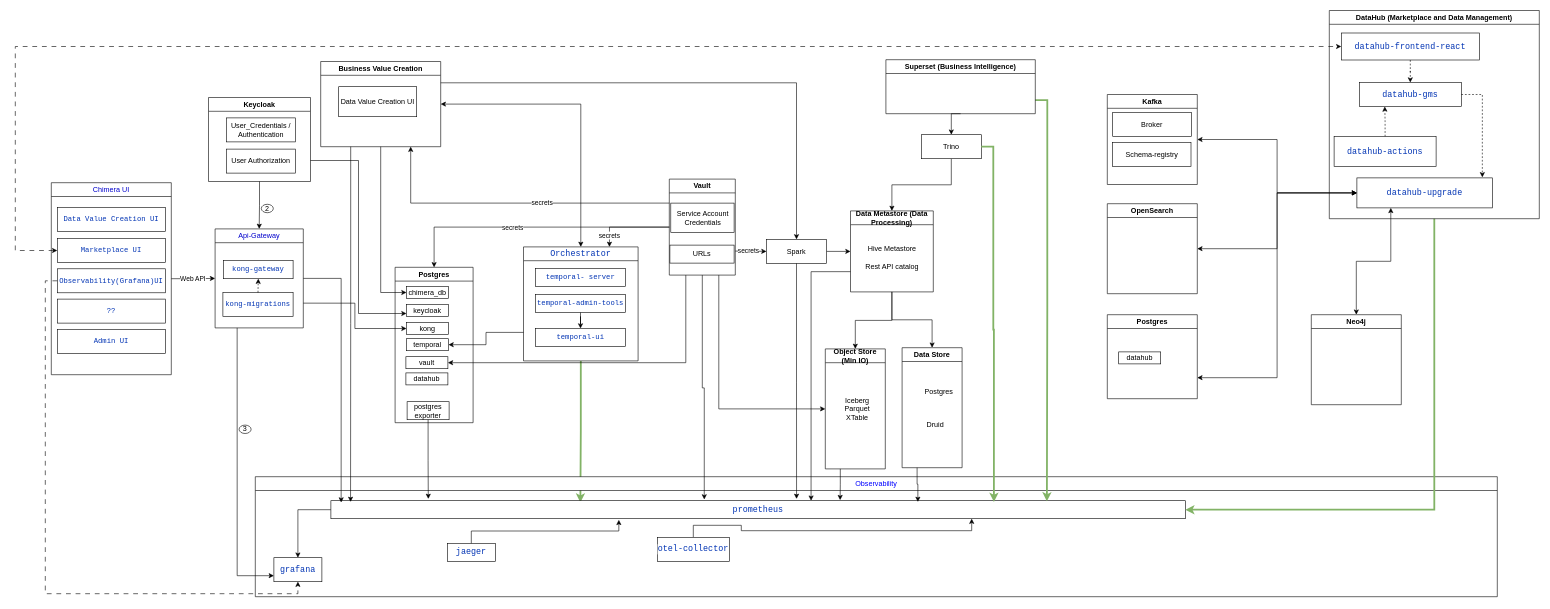
Panthers-Labs-Pvt-Ltd/progressive.mind.framework keeps this draw.io diagram as Application_Setup/Services_flow_diagram.drawio. Above is the earlier version. Source tidied: cells renumbered, new cells numbered last; positions are measured from the earlier drawing's top-left corner, leaving out a move shared by most shapes. Both pictures are drawn from the tidied source at 60%, with x=0, y=0 at pixel (15, 10).
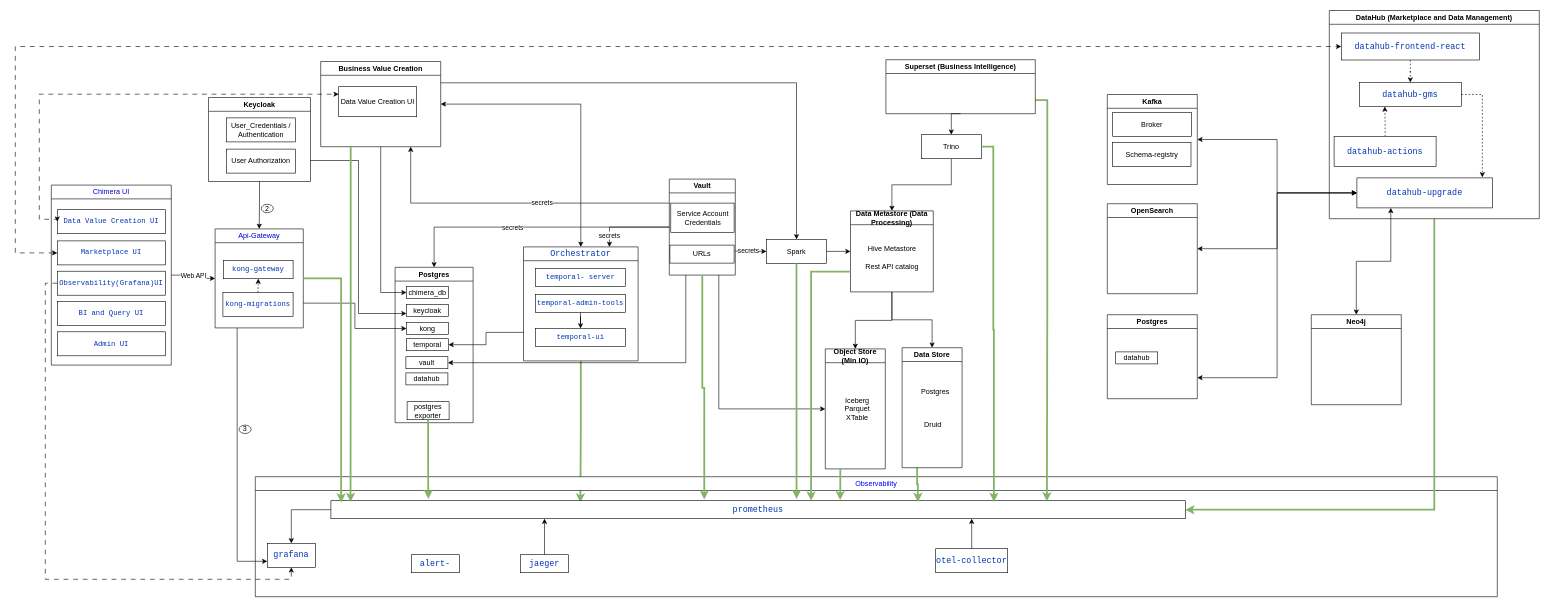
The same page after the edit.

Unchanged cells that the change refers to:
```xml
<mxCell id="11" value="&lt;span style=&quot;color: light-dark(rgb(0, 0, 204), rgb(237, 237, 237)); font-weight: normal;&quot;&gt;Api-Gateway&lt;/span&gt;" style="swimlane;whiteSpace=wrap;html=1;" parent="1" vertex="1">
  <mxGeometry x="333" y="364" width="147" height="165" as="geometry" />
</mxCell>
<mxCell id="15" value="&lt;span style=&quot;font-weight: normal; color: rgb(0, 0, 255);&quot;&gt;Observability&lt;/span&gt;" style="swimlane;whiteSpace=wrap;html=1;" parent="1" vertex="1">
  <mxGeometry x="400" y="777" width="2070" height="200" as="geometry" />
</mxCell>
<mxCell id="17" value="&lt;div style=&quot;text-align: start; background-color: rgb(255, 255, 255); color: rgb(8, 8, 8);&quot;&gt;&lt;pre style=&quot;font-family: &amp;quot;JetBrains Mono&amp;quot;, monospace; font-size: 10.5pt;&quot;&gt;&lt;span style=&quot;color: rgb(0, 51, 179);&quot;&gt;prometheus&lt;/span&gt;&lt;/pre&gt;&lt;/div&gt;" style="rounded=0;whiteSpace=wrap;html=1;" parent="15" vertex="1">
  <mxGeometry x="126" y="40" width="1424" height="30" as="geometry" />
</mxCell>
<mxCell id="33" value="Vault" style="swimlane;whiteSpace=wrap;html=1;" parent="1" vertex="1">
  <mxGeometry x="1090" y="281" width="110" height="160" as="geometry" />
</mxCell>
<mxCell id="47" value="Object Store (Min IO)" style="swimlane;whiteSpace=wrap;html=1;" parent="1" vertex="1">
  <mxGeometry x="1350" y="564" width="100" height="200" as="geometry" />
</mxCell>
<mxCell id="51" value="Data Metastore (Data Processing)" style="swimlane;whiteSpace=wrap;html=1;" parent="1" vertex="1">
  <mxGeometry x="1392" y="334" width="138" height="135" as="geometry" />
</mxCell>
<mxCell id="53" value="Data Store" style="swimlane;whiteSpace=wrap;html=1;" parent="1" vertex="1">
  <mxGeometry x="1478" y="562" width="100" height="200" as="geometry" />
</mxCell>
<mxCell id="62" value="&lt;div style=&quot;text-align: start; background-color: rgb(255, 255, 255); color: rgb(8, 8, 8);&quot;&gt;&lt;pre style=&quot;font-family: &amp;quot;JetBrains Mono&amp;quot;, monospace;&quot;&gt;&lt;span style=&quot;color: rgb(0, 51, 179);&quot;&gt;&lt;font style=&quot;font-size: 12px;&quot;&gt;Data Value Creation UI&lt;/font&gt;&lt;/span&gt;&lt;/pre&gt;&lt;/div&gt;" style="rounded=0;whiteSpace=wrap;html=1;" parent="61" vertex="1">
  <mxGeometry x="10" y="41" width="180" height="40" as="geometry" />
</mxCell>
<mxCell id="78" value="Spark" style="rounded=0;whiteSpace=wrap;html=1;" parent="1" vertex="1">
  <mxGeometry x="1252" y="381.5" width="100" height="40" as="geometry" />
</mxCell>
<mxCell id="84" value="postgres exporter" style="rounded=0;whiteSpace=wrap;html=1;" parent="79" vertex="1">
  <mxGeometry x="20" y="224" width="70" height="30" as="geometry" />
</mxCell>
<mxCell id="88" value="Business Value Creation" style="swimlane;whiteSpace=wrap;html=1;" parent="1" vertex="1">
  <mxGeometry x="509" y="85" width="200" height="142" as="geometry" />
</mxCell>
<mxCell id="89" value="Data Value Creation UI" style="whiteSpace=wrap;html=1;" parent="88" vertex="1">
  <mxGeometry x="30" y="42" width="130" height="50" as="geometry" />
</mxCell>
<mxCell id="107" value="Postgres" style="swimlane;whiteSpace=wrap;html=1;" parent="1" vertex="1">
  <mxGeometry x="1820" y="507" width="150" height="140" as="geometry" />
</mxCell>
```

The edit, as a diff of the source:
```diff
@@
     <mxCell id="18" value="&lt;div style=&quot;text-align: start; background-color: rgb(255, 255, 255); color: rgb(8, 8, 8);&quot;&gt;&lt;pre style=&quot;font-family: &amp;quot;JetBrains Mono&amp;quot;, monospace; font-size: 10.5pt;&quot;&gt;&lt;span style=&quot;color: rgb(0, 51, 179);&quot;&gt;jaeger&lt;/span&gt;&lt;/pre&gt;&lt;/div&gt;" style="rounded=0;whiteSpace=wrap;html=1;" parent="15" vertex="1">
-      <mxGeometry x="320" y="111" width="80" height="30" as="geometry" />
+      <mxGeometry x="442" y="130" width="80" height="30" as="geometry" />
     </mxCell>
     <mxCell id="19" value="&lt;div style=&quot;text-align: start; background-color: rgb(255, 255, 255); color: rgb(8, 8, 8);&quot;&gt;&lt;pre style=&quot;font-family: &amp;quot;JetBrains Mono&amp;quot;, monospace; font-size: 10.5pt;&quot;&gt;&lt;span style=&quot;color: rgb(0, 51, 179);&quot;&gt;grafana&lt;/span&gt;&lt;/pre&gt;&lt;/div&gt;" style="rounded=0;whiteSpace=wrap;html=1;" parent="15" vertex="1">
-      <mxGeometry x="31" y="135" width="80" height="40" as="geometry" />
+      <mxGeometry x="20" y="111" width="80" height="40" as="geometry" />
     </mxCell>
@@
     <mxCell id="21" value="&lt;div style=&quot;text-align: start; background-color: rgb(255, 255, 255); color: rgb(8, 8, 8);&quot;&gt;&lt;pre style=&quot;font-family: &amp;quot;JetBrains Mono&amp;quot;, monospace; font-size: 10.5pt;&quot;&gt;&lt;span style=&quot;color: rgb(0, 51, 179);&quot;&gt;otel-collector&lt;/span&gt;&lt;/pre&gt;&lt;/div&gt;" style="rounded=0;whiteSpace=wrap;html=1;" parent="15" vertex="1">
-      <mxGeometry x="670" y="101" width="120" height="40" as="geometry" />
+      <mxGeometry x="1134" y="120" width="120" height="40" as="geometry" />
     </mxCell>
-    <mxCell id="22" style="edgeStyle=orthogonalEdgeStyle;rounded=0;jettySize=auto;html=1;exitX=0.5;exitY=0;exitDx=0;exitDy=0;entryX=0.337;entryY=1.063;entryDx=0;entryDy=0;entryPerimeter=0;" parent="15" edge="1" source="18" target="17">
+    <mxCell id="22" style="edgeStyle=orthogonalEdgeStyle;rounded=0;jettySize=auto;html=1;exitX=0.5;exitY=0;exitDx=0;exitDy=0;entryX=0.25;entryY=1;entryDx=0;entryDy=0;" parent="15" edge="1" source="18" target="17">
       <mxGeometry relative="1" as="geometry" />
     </mxCell>
+    <mxCell id="111" value="&lt;div style=&quot;text-align: start; background-color: rgb(255, 255, 255); color: rgb(8, 8, 8);&quot;&gt;&lt;pre style=&quot;font-family: &amp;quot;JetBrains Mono&amp;quot;, monospace; font-size: 10.5pt;&quot;&gt;&lt;span style=&quot;color: rgb(0, 51, 179);&quot;&gt;alert-&lt;/span&gt;&lt;/pre&gt;&lt;/div&gt;" style="rounded=0;whiteSpace=wrap;html=1;" parent="15" vertex="1">
+      <mxGeometry x="260" y="130" width="80" height="30" as="geometry" />
+    </mxCell>
@@
-    <mxCell id="52" style="edgeStyle=orthogonalEdgeStyle;rounded=0;jettySize=auto;html=1;exitX=0.25;exitY=1;exitDx=0;exitDy=0;entryX=0.687;entryY=0.067;entryDx=0;entryDy=0;entryPerimeter=0;" parent="1" edge="1" source="53" target="17">
+    <mxCell id="52" style="edgeStyle=orthogonalEdgeStyle;rounded=0;jettySize=auto;html=1;exitX=0.25;exitY=1;exitDx=0;exitDy=0;entryX=0.687;entryY=0.067;entryDx=0;entryDy=0;entryPerimeter=0;fillColor=#d5e8d4;strokeColor=#82b366;strokeWidth=3;" parent="1" edge="1" source="53" target="17">
       <mxGeometry relative="1" as="geometry" />
     </mxCell>
@@
     <mxCell id="54" value="Druid" style="text;html=1;align=center;verticalAlign=middle;strokeColor=none;fillColor=none;" parent="53" vertex="1">
-      <mxGeometry x="25" y="114" width="60" height="30" as="geometry" />
+      <mxGeometry x="21" y="114" width="60" height="30" as="geometry" />
     </mxCell>
@@
     <mxCell id="61" value="&lt;span style=&quot;color: light-dark(rgb(0, 0, 204), rgb(237, 237, 237)); font-weight: normal;&quot;&gt;Chimera UI&lt;/span&gt;" style="swimlane;whiteSpace=wrap;html=1;" parent="1" vertex="1">
-      <mxGeometry x="60" y="287" width="200" height="320" as="geometry" />
+      <mxGeometry x="60" y="291" width="200" height="300" as="geometry" />
     </mxCell>
@@
-    <mxCell id="65" value="&lt;div style=&quot;text-align: start; background-color: rgb(255, 255, 255);&quot;&gt;&lt;pre style=&quot;font-family: &amp;quot;JetBrains Mono&amp;quot;, monospace;&quot;&gt;&lt;font style=&quot;font-size: 12px;&quot; color=&quot;#0033b3&quot;&gt;??&lt;/font&gt;&lt;/pre&gt;&lt;/div&gt;" style="rounded=0;whiteSpace=wrap;html=1;" parent="61" vertex="1">
+    <mxCell id="65" value="&lt;div style=&quot;text-align: start; background-color: rgb(255, 255, 255);&quot;&gt;&lt;pre style=&quot;font-family: &amp;quot;JetBrains Mono&amp;quot;, monospace;&quot;&gt;&lt;font style=&quot;font-size: 12px;&quot; color=&quot;#0033b3&quot;&gt;BI and Query UI&lt;/font&gt;&lt;/pre&gt;&lt;/div&gt;" style="rounded=0;whiteSpace=wrap;html=1;" parent="61" vertex="1">
       <mxGeometry x="10" y="194" width="180" height="40" as="geometry" />
     </mxCell>
@@
     <mxCell id="75" value="Postgres" style="text;html=1;align=center;verticalAlign=middle;strokeColor=none;fillColor=none;" parent="1" vertex="1">
-      <mxGeometry x="1504" y="620" width="70" height="30" as="geometry" />
+      <mxGeometry x="1498" y="620" width="70" height="30" as="geometry" />
     </mxCell>
@@
-    <mxCell id="91" style="edgeStyle=orthogonalEdgeStyle;rounded=0;jettySize=auto;html=1;exitX=1;exitY=0.5;exitDx=0;exitDy=0;entryX=0.012;entryY=0.1;entryDx=0;entryDy=0;entryPerimeter=0;" parent="1" edge="1" source="11" target="17">
+    <mxCell id="91" style="edgeStyle=orthogonalEdgeStyle;rounded=0;jettySize=auto;html=1;exitX=1;exitY=0.5;exitDx=0;exitDy=0;entryX=0.012;entryY=0.1;entryDx=0;entryDy=0;entryPerimeter=0;fillColor=#d5e8d4;strokeColor=#82b366;strokeWidth=3;" parent="1" edge="1" source="11" target="17">
       <mxGeometry relative="1" as="geometry" />
     </mxCell>
-    <mxCell id="92" style="edgeStyle=orthogonalEdgeStyle;rounded=0;jettySize=auto;html=1;exitX=0.5;exitY=1;exitDx=0;exitDy=0;entryX=0.437;entryY=-0.067;entryDx=0;entryDy=0;entryPerimeter=0;" parent="1" edge="1" source="33" target="17">
+    <mxCell id="92" style="edgeStyle=orthogonalEdgeStyle;rounded=0;jettySize=auto;html=1;exitX=0.5;exitY=1;exitDx=0;exitDy=0;entryX=0.437;entryY=-0.067;entryDx=0;entryDy=0;entryPerimeter=0;fillColor=#d5e8d4;strokeColor=#82b366;strokeWidth=3;" parent="1" edge="1" source="33" target="17">
       <mxGeometry relative="1" as="geometry" />
     </mxCell>
-    <mxCell id="93" style="edgeStyle=orthogonalEdgeStyle;rounded=0;jettySize=auto;html=1;exitX=0.25;exitY=1;exitDx=0;exitDy=0;entryX=0.023;entryY=0.067;entryDx=0;entryDy=0;entryPerimeter=0;" parent="1" edge="1" source="88" target="17">
+    <mxCell id="93" style="edgeStyle=orthogonalEdgeStyle;rounded=0;jettySize=auto;html=1;exitX=0.25;exitY=1;exitDx=0;exitDy=0;entryX=0.023;entryY=0.067;entryDx=0;entryDy=0;entryPerimeter=0;fillColor=#d5e8d4;strokeColor=#82b366;strokeWidth=3;" parent="1" edge="1" source="88" target="17">
       <mxGeometry relative="1" as="geometry" />
     </mxCell>
-    <mxCell id="94" style="edgeStyle=orthogonalEdgeStyle;rounded=0;jettySize=auto;html=1;entryX=0.114;entryY=-0.1;entryDx=0;entryDy=0;entryPerimeter=0;" parent="1" edge="1" source="84" target="17">
+    <mxCell id="94" style="edgeStyle=orthogonalEdgeStyle;rounded=0;jettySize=auto;html=1;entryX=0.114;entryY=-0.1;entryDx=0;entryDy=0;entryPerimeter=0;fillColor=#d5e8d4;strokeColor=#82b366;strokeWidth=3;" parent="1" edge="1" source="84" target="17">
       <mxGeometry relative="1" as="geometry" />
     </mxCell>
@@
-    <mxCell id="96" style="edgeStyle=orthogonalEdgeStyle;rounded=0;jettySize=auto;html=1;exitX=0.5;exitY=1;exitDx=0;exitDy=0;entryX=0.545;entryY=-0.1;entryDx=0;entryDy=0;entryPerimeter=0;" parent="1" edge="1" source="78" target="17">
+    <mxCell id="96" style="edgeStyle=orthogonalEdgeStyle;rounded=0;jettySize=auto;html=1;exitX=0.5;exitY=1;exitDx=0;exitDy=0;entryX=0.545;entryY=-0.1;entryDx=0;entryDy=0;entryPerimeter=0;fillColor=#d5e8d4;strokeColor=#82b366;strokeWidth=3;" parent="1" edge="1" source="78" target="17">
       <mxGeometry relative="1" as="geometry" />
     </mxCell>
-    <mxCell id="97" style="edgeStyle=orthogonalEdgeStyle;rounded=0;jettySize=auto;html=1;exitX=0;exitY=0.75;exitDx=0;exitDy=0;entryX=0.562;entryY=0;entryDx=0;entryDy=0;entryPerimeter=0;" parent="1" edge="1" source="51" target="17">
+    <mxCell id="97" style="edgeStyle=orthogonalEdgeStyle;rounded=0;jettySize=auto;html=1;exitX=0;exitY=0.75;exitDx=0;exitDy=0;entryX=0.562;entryY=0;entryDx=0;entryDy=0;entryPerimeter=0;fillColor=#d5e8d4;strokeColor=#82b366;strokeWidth=3;" parent="1" edge="1" source="51" target="17">
       <mxGeometry relative="1" as="geometry" />
     </mxCell>
-    <mxCell id="98" style="edgeStyle=orthogonalEdgeStyle;rounded=0;jettySize=auto;html=1;exitX=0.25;exitY=1;exitDx=0;exitDy=0;entryX=0.596;entryY=-0.033;entryDx=0;entryDy=0;entryPerimeter=0;" parent="1" edge="1" source="47" target="17">
+    <mxCell id="98" style="edgeStyle=orthogonalEdgeStyle;rounded=0;jettySize=auto;html=1;exitX=0.25;exitY=1;exitDx=0;exitDy=0;entryX=0.596;entryY=-0.033;entryDx=0;entryDy=0;entryPerimeter=0;fillColor=#d5e8d4;strokeColor=#82b366;strokeWidth=3;" parent="1" edge="1" source="47" target="17">
       <mxGeometry relative="1" as="geometry" />
     </mxCell>
@@
     <mxCell id="108" value="datahub" style="rounded=0;whiteSpace=wrap;html=1;" parent="107" vertex="1">
-      <mxGeometry x="19" y="62" width="70" height="20" as="geometry" />
+      <mxGeometry x="14" y="62" width="70" height="20" as="geometry" />
     </mxCell>
@@
+    <mxCell id="112" style="endArrow=classic;startArrow=classic;html=1;rounded=0;exitX=0;exitY=0.5;exitDx=0;exitDy=0;entryX=0;entryY=0.25;entryDx=0;entryDy=0;edgeStyle=orthogonalEdgeStyle;dashed=1;dashPattern=8 8;" parent="1" edge="1" source="62" target="89">
+      <mxGeometry relative="1" as="geometry">
+        <Array as="points">
+          <mxPoint x="40" y="348" />
+          <mxPoint x="40" y="140" />
+        </Array>
+      </mxGeometry>
+    </mxCell>
```
